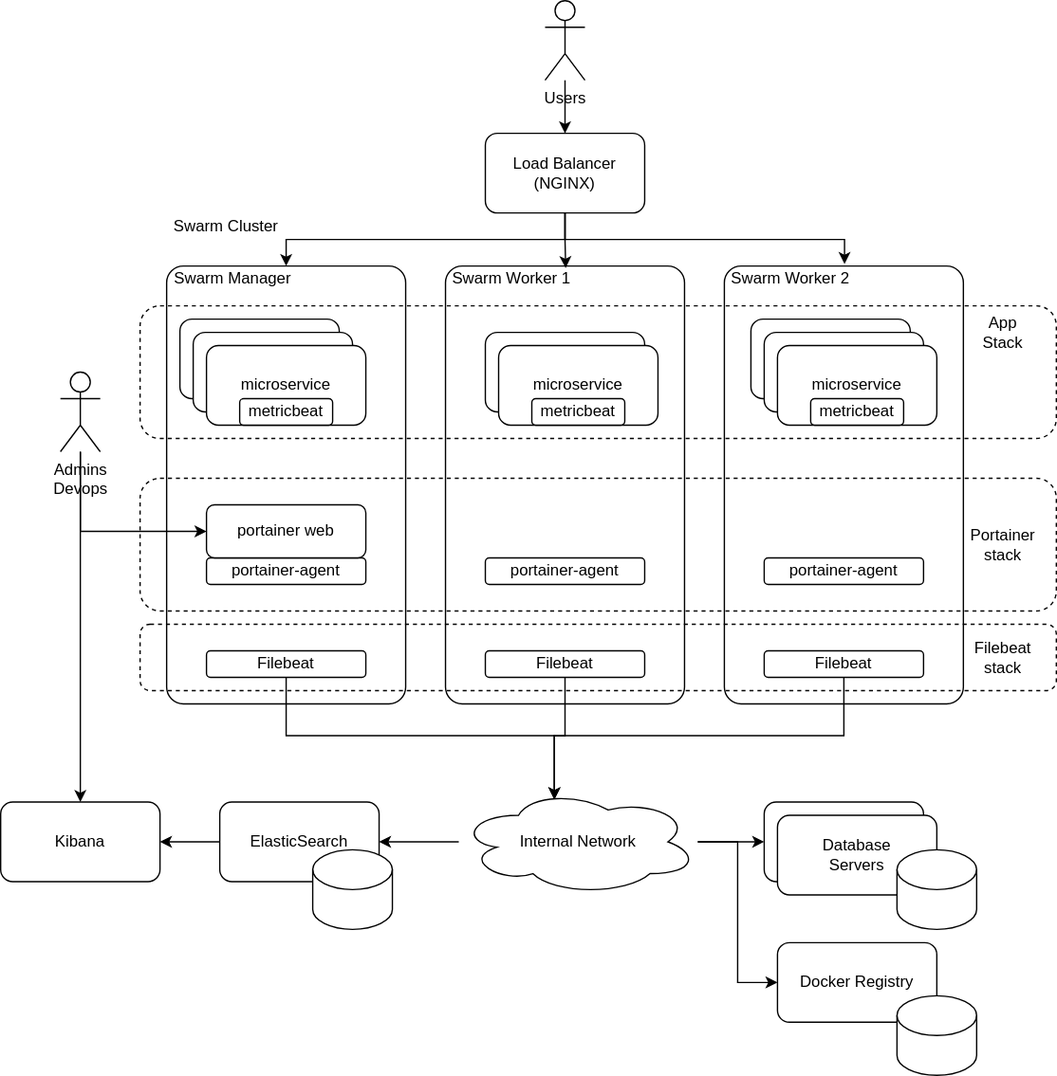
This is docs/cluster-docker-swarm/docker-swarm-reference-architecture.svg from jveverka/microprojects, a draw.io export, as it was before one commit. Source tidied: cells renumbered, new cells last; positions are measured from the earlier drawing's top-left corner, leaving out a move shared by most shapes.
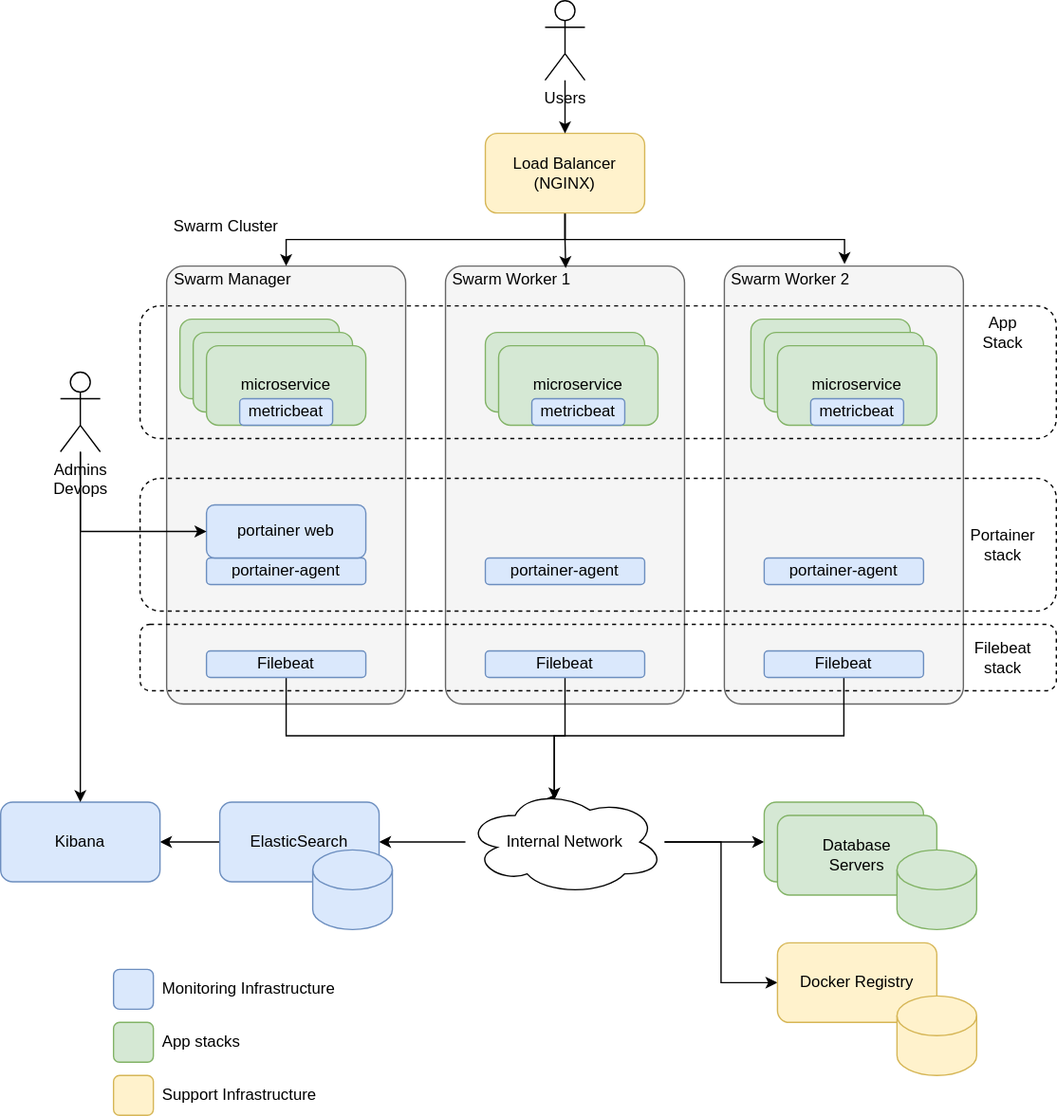
Above is the later version.

Change to the diagram source:
```diff
@@ -2,13 +2,13 @@
   <root>
     <mxCell id="0" />
     <mxCell id="1" parent="0" />
-    <mxCell id="2" style="rounded=1;whiteSpace=wrap;html=1;arcSize=7;" parent="1" vertex="1">
+    <mxCell id="2" style="rounded=1;whiteSpace=wrap;html=1;arcSize=7;fillColor=#f5f5f5;strokeColor=#666666;fontColor=#333333;" parent="1" vertex="1">
       <mxGeometry x="545" y="200" width="180" height="330" as="geometry" />
     </mxCell>
-    <mxCell id="3" style="rounded=1;whiteSpace=wrap;html=1;arcSize=7;" parent="1" vertex="1">
+    <mxCell id="3" style="rounded=1;whiteSpace=wrap;html=1;arcSize=7;fillColor=#f5f5f5;strokeColor=#666666;fontColor=#333333;" parent="1" vertex="1">
       <mxGeometry x="335" y="200" width="180" height="330" as="geometry" />
     </mxCell>
-    <mxCell id="4" style="rounded=1;whiteSpace=wrap;html=1;arcSize=7;" parent="1" vertex="1">
+    <mxCell id="4" style="rounded=1;whiteSpace=wrap;html=1;arcSize=7;fillColor=#f5f5f5;strokeColor=#666666;fontColor=#333333;" parent="1" vertex="1">
       <mxGeometry x="125" y="200" width="180" height="330" as="geometry" />
     </mxCell>
     <mxCell id="5" style="rounded=1;whiteSpace=wrap;html=1;fillColor=none;dashed=1;" parent="1" vertex="1">
@@ -36,8 +36,9 @@
         </Array>
       </mxGeometry>
     </mxCell>
-    <mxCell id="10" style="edgeStyle=orthogonalEdgeStyle;rounded=0;jettySize=auto;html=1;entryX=0.4;entryY=0.1;entryDx=0;entryDy=0;entryPerimeter=0;exitX=0.5;exitY=1;exitDx=0;exitDy=0;" parent="1" edge="1" source="33" target="25">
+    <mxCell id="10" style="edgeStyle=orthogonalEdgeStyle;rounded=0;jettySize=auto;html=1;exitX=0.5;exitY=1;exitDx=0;exitDy=0;" parent="1" edge="1" source="33">
       <mxGeometry relative="1" as="geometry">
+        <mxPoint x="417" y="602" as="targetPoint" />
         <Array as="points">
           <mxPoint x="635" y="554" />
           <mxPoint x="417" y="554" />
@@ -56,28 +57,28 @@
     <mxCell id="14" value="Swarm Worker 2" style="text;html=1;strokeColor=none;fillColor=none;align=center;verticalAlign=middle;whiteSpace=wrap;rounded=0;" parent="1" vertex="1">
       <mxGeometry x="545" y="200" width="100" height="20" as="geometry" />
     </mxCell>
-    <mxCell id="15" style="rounded=1;whiteSpace=wrap;html=1;" parent="1" vertex="1">
+    <mxCell id="15" style="rounded=1;whiteSpace=wrap;html=1;fillColor=#d5e8d4;strokeColor=#82b366;" parent="1" vertex="1">
       <mxGeometry x="135" y="240" width="120" height="60" as="geometry" />
     </mxCell>
-    <mxCell id="16" style="rounded=1;whiteSpace=wrap;html=1;" parent="1" vertex="1">
+    <mxCell id="16" style="rounded=1;whiteSpace=wrap;html=1;fillColor=#d5e8d4;strokeColor=#82b366;" parent="1" vertex="1">
       <mxGeometry x="145" y="250" width="120" height="60" as="geometry" />
     </mxCell>
-    <mxCell id="17" value="microservice" style="rounded=1;whiteSpace=wrap;html=1;" parent="1" vertex="1">
+    <mxCell id="17" value="microservice" style="rounded=1;whiteSpace=wrap;html=1;fillColor=#d5e8d4;strokeColor=#82b366;" parent="1" vertex="1">
       <mxGeometry x="155" y="260" width="120" height="60" as="geometry" />
     </mxCell>
-    <mxCell id="18" style="rounded=1;whiteSpace=wrap;html=1;" parent="1" vertex="1">
+    <mxCell id="18" style="rounded=1;whiteSpace=wrap;html=1;fillColor=#d5e8d4;strokeColor=#82b366;" parent="1" vertex="1">
       <mxGeometry x="365" y="250" width="120" height="60" as="geometry" />
     </mxCell>
-    <mxCell id="19" value="microservice" style="rounded=1;whiteSpace=wrap;html=1;" parent="1" vertex="1">
+    <mxCell id="19" value="microservice" style="rounded=1;whiteSpace=wrap;html=1;fillColor=#d5e8d4;strokeColor=#82b366;" parent="1" vertex="1">
       <mxGeometry x="375" y="260" width="120" height="60" as="geometry" />
     </mxCell>
-    <mxCell id="20" style="rounded=1;whiteSpace=wrap;html=1;" parent="1" vertex="1">
+    <mxCell id="20" style="rounded=1;whiteSpace=wrap;html=1;fillColor=#d5e8d4;strokeColor=#82b366;" parent="1" vertex="1">
       <mxGeometry x="565" y="240" width="120" height="60" as="geometry" />
     </mxCell>
-    <mxCell id="21" style="rounded=1;whiteSpace=wrap;html=1;" parent="1" vertex="1">
+    <mxCell id="21" style="rounded=1;whiteSpace=wrap;html=1;fillColor=#d5e8d4;strokeColor=#82b366;" parent="1" vertex="1">
       <mxGeometry x="575" y="250" width="120" height="60" as="geometry" />
     </mxCell>
-    <mxCell id="22" value="microservice" style="rounded=1;whiteSpace=wrap;html=1;" parent="1" vertex="1">
+    <mxCell id="22" value="microservice" style="rounded=1;whiteSpace=wrap;html=1;fillColor=#d5e8d4;strokeColor=#82b366;" parent="1" vertex="1">
       <mxGeometry x="585" y="260" width="120" height="60" as="geometry" />
     </mxCell>
     <mxCell id="23" style="edgeStyle=orthogonalEdgeStyle;rounded=0;jettySize=auto;html=1;entryX=0;entryY=0.5;entryDx=0;entryDy=0;endArrow=classic;endFill=1;" parent="1" edge="1" source="25" target="30">
@@ -87,7 +88,7 @@
       <mxGeometry relative="1" as="geometry" />
     </mxCell>
     <mxCell id="25" value="Internal Network" style="ellipse;shape=cloud;whiteSpace=wrap;html=1;" parent="1" vertex="1">
-      <mxGeometry x="345" y="594" width="180" height="80" as="geometry" />
+      <mxGeometry x="350" y="594" width="150" height="80" as="geometry" />
     </mxCell>
     <mxCell id="26" style="edgeStyle=orthogonalEdgeStyle;rounded=0;jettySize=auto;html=1;startArrow=classic;startFill=1;endArrow=none;endFill=0;" parent="1" edge="1" source="28" target="25">
       <mxGeometry relative="1" as="geometry" />
@@ -95,22 +96,22 @@
     <mxCell id="27" style="edgeStyle=orthogonalEdgeStyle;rounded=0;jettySize=auto;html=1;entryX=1;entryY=0.5;entryDx=0;entryDy=0;startArrow=none;startFill=0;endArrow=classic;endFill=1;" parent="1" edge="1" source="28" target="45">
       <mxGeometry relative="1" as="geometry" />
     </mxCell>
-    <mxCell id="28" value="ElasticSearch" style="rounded=1;whiteSpace=wrap;html=1;" parent="1" vertex="1">
+    <mxCell id="28" value="ElasticSearch" style="rounded=1;whiteSpace=wrap;html=1;fillColor=#dae8fc;strokeColor=#6c8ebf;" parent="1" vertex="1">
       <mxGeometry x="165" y="604" width="120" height="60" as="geometry" />
     </mxCell>
-    <mxCell id="29" style="shape=cylinder3;whiteSpace=wrap;html=1;boundedLbl=1;backgroundOutline=1;size=15;" parent="1" vertex="1">
+    <mxCell id="29" style="shape=cylinder3;whiteSpace=wrap;html=1;boundedLbl=1;backgroundOutline=1;size=15;fillColor=#dae8fc;strokeColor=#6c8ebf;" parent="1" vertex="1">
       <mxGeometry x="235" y="640" width="60" height="60" as="geometry" />
     </mxCell>
-    <mxCell id="30" value="Database&lt;br&gt;Servers" style="rounded=1;whiteSpace=wrap;html=1;" parent="1" vertex="1">
+    <mxCell id="30" value="Database&lt;br&gt;Servers" style="rounded=1;whiteSpace=wrap;html=1;fillColor=#d5e8d4;strokeColor=#82b366;" parent="1" vertex="1">
       <mxGeometry x="575" y="604" width="120" height="60" as="geometry" />
     </mxCell>
-    <mxCell id="31" value="Filebeat" style="rounded=1;whiteSpace=wrap;html=1;" parent="1" vertex="1">
+    <mxCell id="31" value="Filebeat" style="rounded=1;whiteSpace=wrap;html=1;fillColor=#dae8fc;strokeColor=#6c8ebf;" parent="1" vertex="1">
       <mxGeometry x="155" y="490" width="120" height="20" as="geometry" />
     </mxCell>
-    <mxCell id="32" value="Filebeat" style="rounded=1;whiteSpace=wrap;html=1;" parent="1" vertex="1">
+    <mxCell id="32" value="Filebeat" style="rounded=1;whiteSpace=wrap;html=1;fillColor=#dae8fc;strokeColor=#6c8ebf;" parent="1" vertex="1">
       <mxGeometry x="365" y="490" width="120" height="20" as="geometry" />
     </mxCell>
-    <mxCell id="33" value="Filebeat" style="rounded=1;whiteSpace=wrap;html=1;" parent="1" vertex="1">
+    <mxCell id="33" value="Filebeat" style="rounded=1;whiteSpace=wrap;html=1;fillColor=#dae8fc;strokeColor=#6c8ebf;" parent="1" vertex="1">
       <mxGeometry x="575" y="490" width="120" height="20" as="geometry" />
     </mxCell>
     <mxCell id="34" style="edgeStyle=orthogonalEdgeStyle;rounded=0;jettySize=auto;html=1;entryX=0.5;entryY=0;entryDx=0;entryDy=0;endArrow=classic;endFill=1;" parent="1" edge="1" source="37" target="4">
@@ -132,7 +133,7 @@
         </Array>
       </mxGeometry>
     </mxCell>
-    <mxCell id="37" value="Load Balancer&lt;br&gt;(NGINX)" style="rounded=1;whiteSpace=wrap;html=1;" parent="1" vertex="1">
+    <mxCell id="37" value="Load Balancer&lt;br&gt;(NGINX)" style="rounded=1;whiteSpace=wrap;html=1;fillColor=#fff2cc;strokeColor=#d6b656;" parent="1" vertex="1">
       <mxGeometry x="365" y="100" width="120" height="60" as="geometry" />
     </mxCell>
     <mxCell id="38" style="edgeStyle=orthogonalEdgeStyle;rounded=0;jettySize=auto;html=1;endArrow=classic;endFill=1;" parent="1" edge="1" source="39" target="37">
@@ -141,25 +142,25 @@
     <mxCell id="39" value="Users" style="shape=umlActor;verticalLabelPosition=bottom;verticalAlign=top;html=1;outlineConnect=0;" parent="1" vertex="1">
       <mxGeometry x="410" width="30" height="60" as="geometry" />
     </mxCell>
-    <mxCell id="40" value="portainer-agent" style="rounded=1;whiteSpace=wrap;html=1;" parent="1" vertex="1">
+    <mxCell id="40" value="portainer-agent" style="rounded=1;whiteSpace=wrap;html=1;fillColor=#dae8fc;strokeColor=#6c8ebf;" parent="1" vertex="1">
       <mxGeometry x="155" y="420" width="120" height="20" as="geometry" />
     </mxCell>
-    <mxCell id="41" value="portainer-agent" style="rounded=1;whiteSpace=wrap;html=1;" parent="1" vertex="1">
+    <mxCell id="41" value="portainer-agent" style="rounded=1;whiteSpace=wrap;html=1;fillColor=#dae8fc;strokeColor=#6c8ebf;" parent="1" vertex="1">
       <mxGeometry x="365" y="420" width="120" height="20" as="geometry" />
     </mxCell>
-    <mxCell id="42" value="portainer-agent" style="rounded=1;whiteSpace=wrap;html=1;" parent="1" vertex="1">
+    <mxCell id="42" value="portainer-agent" style="rounded=1;whiteSpace=wrap;html=1;fillColor=#dae8fc;strokeColor=#6c8ebf;" parent="1" vertex="1">
       <mxGeometry x="575" y="420" width="120" height="20" as="geometry" />
     </mxCell>
-    <mxCell id="43" value="Database&lt;br&gt;Servers" style="rounded=1;whiteSpace=wrap;html=1;" parent="1" vertex="1">
+    <mxCell id="43" value="Database&lt;br&gt;Servers" style="rounded=1;whiteSpace=wrap;html=1;fillColor=#d5e8d4;strokeColor=#82b366;" parent="1" vertex="1">
       <mxGeometry x="585" y="614" width="120" height="60" as="geometry" />
     </mxCell>
-    <mxCell id="44" style="shape=cylinder3;whiteSpace=wrap;html=1;boundedLbl=1;backgroundOutline=1;size=15;" parent="1" vertex="1">
+    <mxCell id="44" style="shape=cylinder3;whiteSpace=wrap;html=1;boundedLbl=1;backgroundOutline=1;size=15;fillColor=#d5e8d4;strokeColor=#82b366;" parent="1" vertex="1">
       <mxGeometry x="675" y="640" width="60" height="60" as="geometry" />
     </mxCell>
-    <mxCell id="45" value="Kibana" style="rounded=1;whiteSpace=wrap;html=1;" parent="1" vertex="1">
+    <mxCell id="45" value="Kibana" style="rounded=1;whiteSpace=wrap;html=1;fillColor=#dae8fc;strokeColor=#6c8ebf;" parent="1" vertex="1">
       <mxGeometry y="604" width="120" height="60" as="geometry" />
     </mxCell>
-    <mxCell id="46" value="portainer web" style="rounded=1;whiteSpace=wrap;html=1;" parent="1" vertex="1">
+    <mxCell id="46" value="portainer web" style="rounded=1;whiteSpace=wrap;html=1;fillColor=#dae8fc;strokeColor=#6c8ebf;" parent="1" vertex="1">
       <mxGeometry x="155" y="380" width="120" height="40" as="geometry" />
     </mxCell>
     <mxCell id="47" style="edgeStyle=orthogonalEdgeStyle;rounded=0;jettySize=auto;html=1;entryX=0;entryY=0.5;entryDx=0;entryDy=0;startArrow=none;startFill=0;endArrow=classic;endFill=1;" parent="1" edge="1" source="49" target="46">
@@ -175,19 +176,19 @@
     <mxCell id="49" value="Admins&lt;br&gt;Devops" style="shape=umlActor;verticalLabelPosition=bottom;verticalAlign=top;html=1;outlineConnect=0;" parent="1" vertex="1">
       <mxGeometry x="45" y="280" width="30" height="60" as="geometry" />
     </mxCell>
-    <mxCell id="50" value="Docker Registry" style="rounded=1;whiteSpace=wrap;html=1;" parent="1" vertex="1">
+    <mxCell id="50" value="Docker Registry" style="rounded=1;whiteSpace=wrap;html=1;fillColor=#fff2cc;strokeColor=#d6b656;" parent="1" vertex="1">
       <mxGeometry x="585" y="710" width="120" height="60" as="geometry" />
     </mxCell>
-    <mxCell id="51" style="shape=cylinder3;whiteSpace=wrap;html=1;boundedLbl=1;backgroundOutline=1;size=15;" parent="1" vertex="1">
+    <mxCell id="51" style="shape=cylinder3;whiteSpace=wrap;html=1;boundedLbl=1;backgroundOutline=1;size=15;fillColor=#fff2cc;strokeColor=#d6b656;" parent="1" vertex="1">
       <mxGeometry x="675" y="750" width="60" height="60" as="geometry" />
     </mxCell>
-    <mxCell id="52" value="metricbeat" style="rounded=1;whiteSpace=wrap;html=1;" parent="1" vertex="1">
+    <mxCell id="52" value="metricbeat" style="rounded=1;whiteSpace=wrap;html=1;fillColor=#dae8fc;strokeColor=#6c8ebf;" parent="1" vertex="1">
       <mxGeometry x="180" y="300" width="70" height="20" as="geometry" />
     </mxCell>
-    <mxCell id="53" value="metricbeat" style="rounded=1;whiteSpace=wrap;html=1;" parent="1" vertex="1">
+    <mxCell id="53" value="metricbeat" style="rounded=1;whiteSpace=wrap;html=1;fillColor=#dae8fc;strokeColor=#6c8ebf;" parent="1" vertex="1">
       <mxGeometry x="400" y="300" width="70" height="20" as="geometry" />
     </mxCell>
-    <mxCell id="54" value="metricbeat" style="rounded=1;whiteSpace=wrap;html=1;" parent="1" vertex="1">
+    <mxCell id="54" value="metricbeat" style="rounded=1;whiteSpace=wrap;html=1;fillColor=#dae8fc;strokeColor=#6c8ebf;" parent="1" vertex="1">
       <mxGeometry x="610" y="300" width="70" height="20" as="geometry" />
     </mxCell>
     <mxCell id="55" value="App&lt;br&gt;Stack" style="text;html=1;strokeColor=none;fillColor=none;align=center;verticalAlign=middle;whiteSpace=wrap;rounded=0;dashed=1;" parent="1" vertex="1">
@@ -199,5 +200,23 @@
     <mxCell id="57" value="Portainer&lt;br&gt;stack" style="text;html=1;strokeColor=none;fillColor=none;align=center;verticalAlign=middle;whiteSpace=wrap;rounded=0;dashed=1;" parent="1" vertex="1">
       <mxGeometry x="735" y="400" width="40" height="20" as="geometry" />
     </mxCell>
+    <mxCell id="58" style="rounded=1;whiteSpace=wrap;html=1;fillColor=#dae8fc;strokeColor=#6c8ebf;" parent="1" vertex="1">
+      <mxGeometry x="85" y="730" width="30" height="30" as="geometry" />
+    </mxCell>
+    <mxCell id="59" style="rounded=1;whiteSpace=wrap;html=1;fillColor=#d5e8d4;strokeColor=#82b366;" parent="1" vertex="1">
+      <mxGeometry x="85" y="770" width="30" height="30" as="geometry" />
+    </mxCell>
+    <mxCell id="60" style="rounded=1;whiteSpace=wrap;html=1;fillColor=#fff2cc;strokeColor=#d6b656;" parent="1" vertex="1">
+      <mxGeometry x="85" y="810" width="30" height="30" as="geometry" />
+    </mxCell>
+    <mxCell id="61" value="Monitoring Infrastructure" style="text;html=1;strokeColor=none;fillColor=none;align=left;verticalAlign=middle;whiteSpace=wrap;rounded=0;" parent="1" vertex="1">
+      <mxGeometry x="120" y="735" width="160" height="20" as="geometry" />
+    </mxCell>
+    <mxCell id="62" value="App stacks" style="text;html=1;strokeColor=none;fillColor=none;align=left;verticalAlign=middle;whiteSpace=wrap;rounded=0;" parent="1" vertex="1">
+      <mxGeometry x="120" y="775" width="160" height="20" as="geometry" />
+    </mxCell>
+    <mxCell id="63" value="Support Infrastructure" style="text;html=1;strokeColor=none;fillColor=none;align=left;verticalAlign=middle;whiteSpace=wrap;rounded=0;" parent="1" vertex="1">
+      <mxGeometry x="120" y="815" width="160" height="20" as="geometry" />
+    </mxCell>
   </root>
 </mxGraphModel>
```
